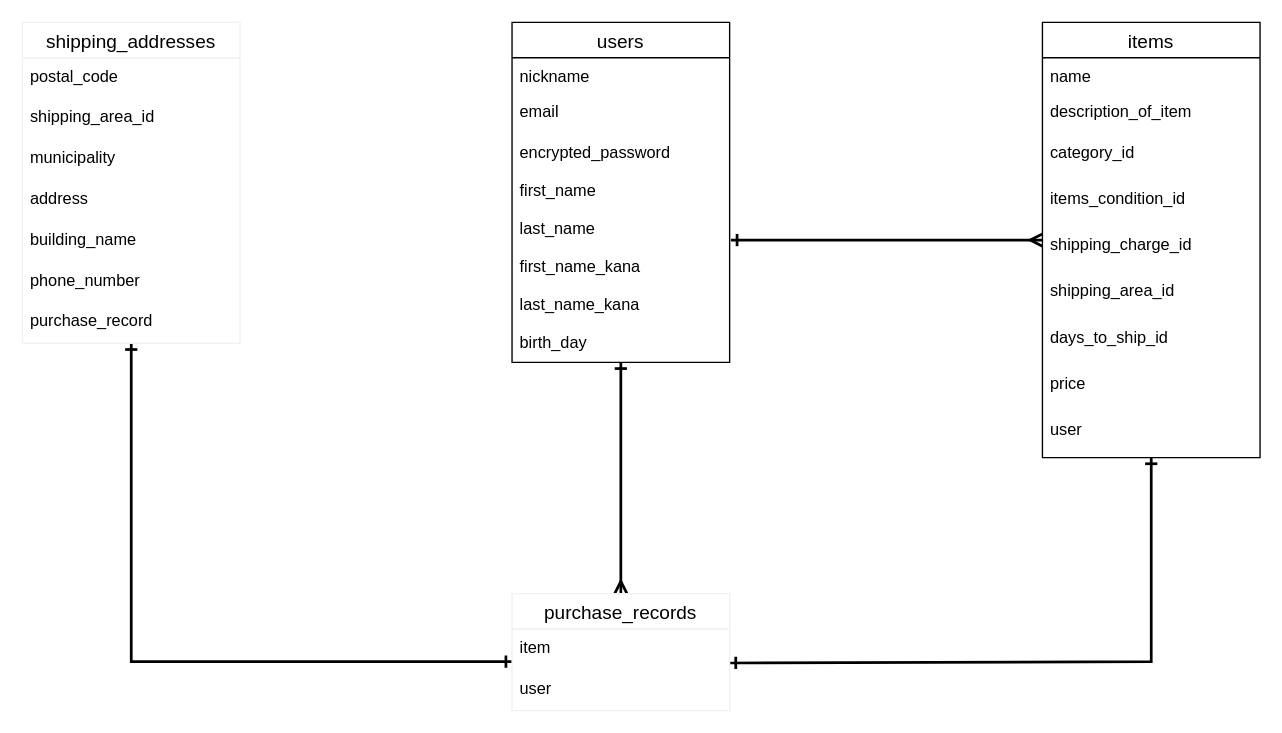
This is furima_ER.dio from sairas774/furima-35582, a draw.io file, before an edit. Source tidied: cells renumbered, new cells numbered last; positions are measured from the earlier drawing's top-left corner, leaving out a move shared by most shapes. Both pictures are drawn from the tidied source at 136%, with x=0, y=0 at pixel (22, 22).
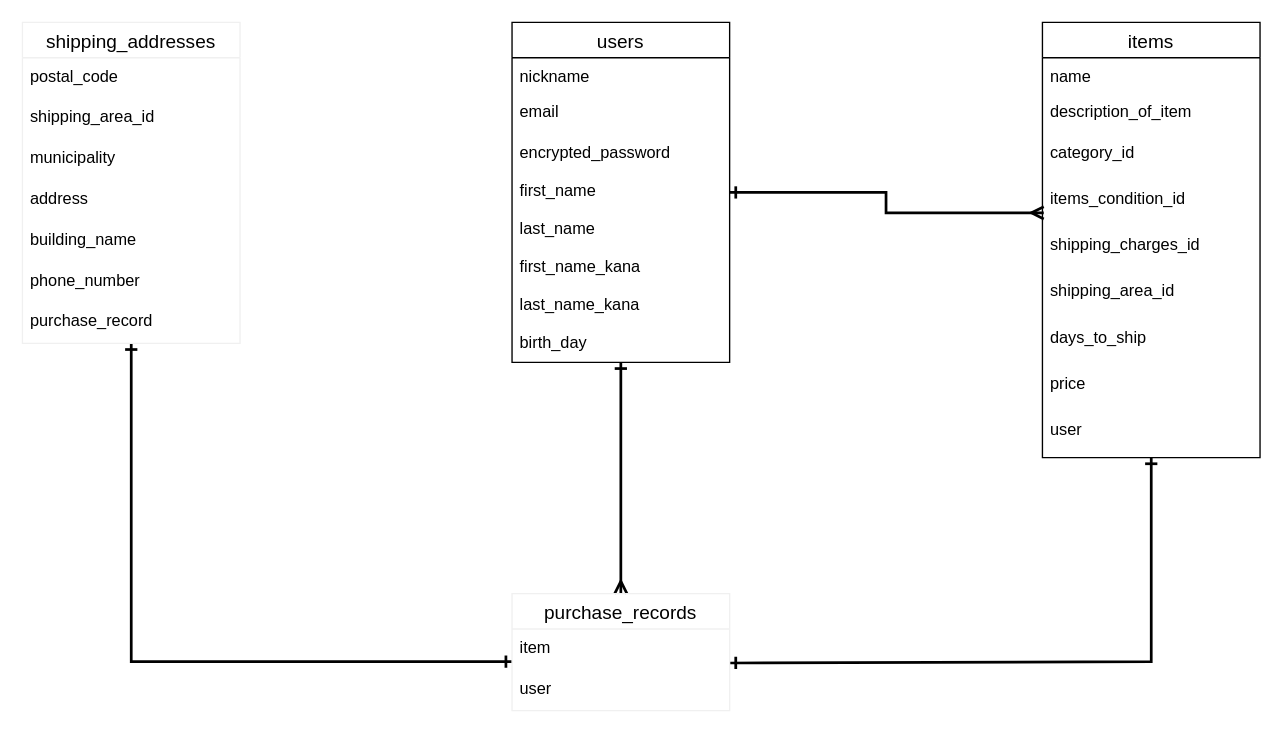
The same page after the edit.

Unchanged cells that the change refers to:
```xml
<mxCell id="3" value="users" style="swimlane;fontStyle=0;horizontal=1;startSize=26;align=center;fontSize=14;" parent="1" vertex="1">
  <mxGeometry x="360" width="160" height="250" as="geometry" />
</mxCell>
<mxCell id="8" value="last_name" style="text;strokeColor=none;fillColor=none;spacingLeft=4;spacingRight=4;overflow=hidden;points=[[0,0.5],[1,0.5]];portConstraint=eastwest;fontSize=12;" parent="3" vertex="1">
  <mxGeometry y="138" width="160" height="28" as="geometry" />
</mxCell>
<mxCell id="14" value="items" style="swimlane;fontStyle=0;horizontal=1;startSize=26;align=center;fontSize=14;" parent="1" vertex="1">
  <mxGeometry x="750" width="160" height="320" as="geometry" />
</mxCell>
<mxCell id="18" value="items_condition_id" style="text;strokeColor=none;spacingLeft=4;spacingRight=4;overflow=hidden;points=[[0,0.5],[1,0.5]];portConstraint=eastwest;fontSize=12;align=left;" parent="14" vertex="1">
  <mxGeometry y="116" width="160" height="34" as="geometry" />
</mxCell>
```

What changed in the source:
```diff
@@
+    <mxCell id="36" style="edgeStyle=orthogonalEdgeStyle;rounded=0;jettySize=auto;html=1;entryX=0.006;entryY=0.706;entryDx=0;entryDy=0;entryPerimeter=0;startArrow=ERone;startFill=0;endArrow=ERmany;endFill=0;strokeWidth=2;" parent="1" edge="1" source="3" target="18">
+      <mxGeometry relative="1" as="geometry" />
+    </mxCell>
@@
-    <mxCell id="13" style="edgeStyle=orthogonalEdgeStyle;rounded=0;jettySize=auto;html=1;entryX=1.006;entryY=0.786;entryDx=0;entryDy=0;entryPerimeter=0;startArrow=ERmany;startFill=0;endArrow=ERone;endFill=0;strokeWidth=2;" parent="1" edge="1" source="14" target="8">
-      <mxGeometry relative="1" as="geometry" />
-    </mxCell>
@@
-    <mxCell id="19" value="shipping_charge_id" style="text;strokeColor=none;spacingLeft=4;spacingRight=4;overflow=hidden;fontSize=12;align=left;" parent="14" vertex="1">
+    <mxCell id="19" value="shipping_charges_id" style="text;strokeColor=none;spacingLeft=4;spacingRight=4;overflow=hidden;fontSize=12;align=left;" parent="14" vertex="1">
       <mxGeometry y="150" width="160" height="34" as="geometry" />
     </mxCell>
@@
-    <mxCell id="21" value="days_to_ship_id" style="text;strokeColor=none;spacingLeft=4;spacingRight=4;overflow=hidden;fontSize=12;align=left;" parent="14" vertex="1">
+    <mxCell id="21" value="days_to_ship" style="text;strokeColor=none;spacingLeft=4;spacingRight=4;overflow=hidden;fontSize=12;align=left;" parent="14" vertex="1">
       <mxGeometry y="218" width="160" height="34" as="geometry" />
     </mxCell>
```
